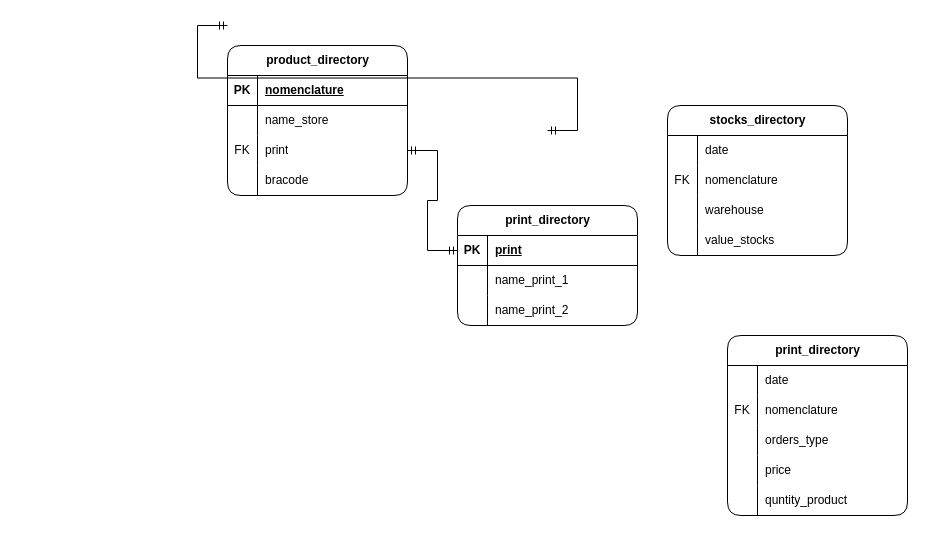
The draw.io diagram Инфологическая модель.drawio in roge111/Case_SQL, before the edit. Source tidied: cells renumbered, new cells numbered last; positions are measured from the earlier drawing's top-left corner, leaving out a move shared by most shapes. Both pictures are drawn from the tidied source at 100%, with x=0, y=0 at pixel (227, -40).
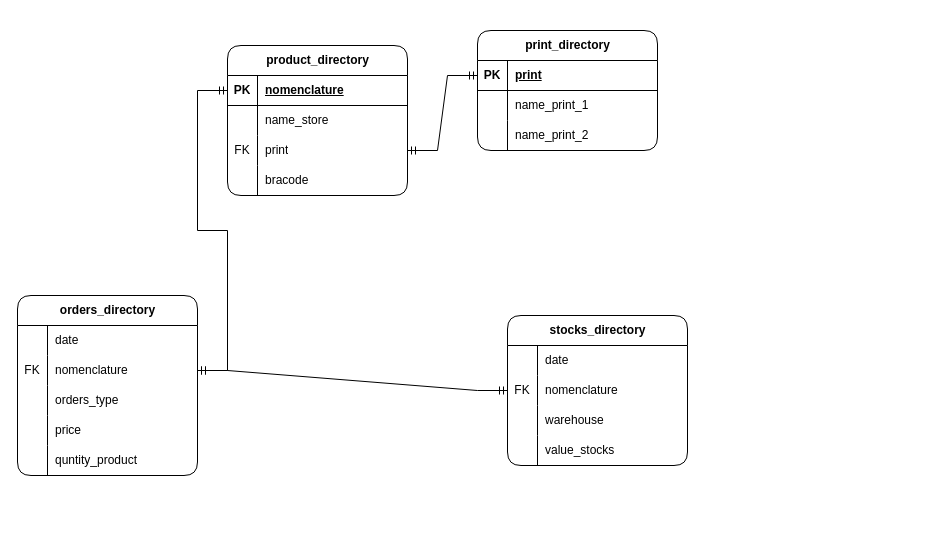
After the change.

The change refers to these unchanged cells:
```xml
<mxCell id="29" style="shape=tableRow;horizontal=0;startSize=0;swimlaneHead=0;swimlaneBody=0;fillColor=none;points=[[0,0.5],[1,0.5]];portConstraint=eastwest;top=0;left=0;right=0;bottom=0;" parent="25" vertex="1">
  <mxGeometry y="60" width="180" height="30" as="geometry" />
</mxCell>
<mxCell id="42" style="shape=tableRow;horizontal=0;startSize=0;swimlaneHead=0;swimlaneBody=0;fillColor=none;points=[[0,0.5],[1,0.5]];portConstraint=eastwest;top=0;left=0;right=0;bottom=0;" parent="38" vertex="1">
  <mxGeometry y="60" width="180" height="30" as="geometry" />
</mxCell>
<mxCell id="54" style="shape=tableRow;horizontal=0;startSize=0;swimlaneHead=0;swimlaneBody=0;fillColor=none;points=[[0,0.5],[1,0.5]];portConstraint=eastwest;top=0;left=0;right=0;bottom=1;" parent="1" vertex="1">
  <mxGeometry y="115" width="180" height="30" as="geometry" />
</mxCell>
```

What changed in the source:
```diff
@@
     <mxCell id="15" value="print_directory" style="shape=table;startSize=30;childLayout=tableLayout;rowLines=0;fontStyle=1;align=center;html=1;rounded=1;" parent="1" vertex="1">
-      <mxGeometry x="230" y="245" width="180" height="120" as="geometry" />
+      <mxGeometry x="250" y="70" width="180" height="120" as="geometry" />
     </mxCell>
@@
     <mxCell id="25" value="stocks_directory" style="shape=table;startSize=30;childLayout=tableLayout;rowLines=0;fontStyle=1;align=center;html=1;rounded=1;" parent="1" vertex="1">
-      <mxGeometry x="440" y="145" width="180" height="150" as="geometry" />
+      <mxGeometry x="280" y="355" width="180" height="150" as="geometry" />
     </mxCell>
@@
-    <mxCell id="38" value="print_directory" style="shape=table;startSize=30;childLayout=tableLayout;rowLines=0;fontStyle=1;align=center;html=1;rounded=1;" parent="1" vertex="1">
-      <mxGeometry x="500" y="375" width="180" height="180" as="geometry" />
+    <mxCell id="38" value="orders_directory" style="shape=table;startSize=30;childLayout=tableLayout;rowLines=0;fontStyle=1;align=center;html=1;rounded=1;" parent="1" vertex="1">
+      <mxGeometry x="-210" y="335" width="180" height="180" as="geometry" />
     </mxCell>
@@
-    <mxCell id="58" style="edgeStyle=entityRelationEdgeStyle;fontSize=12;html=1;endArrow=ERmandOne;startArrow=ERmandOne;rounded=0;entryX=0;entryY=0.5;entryDx=0;entryDy=0;exitX=0;exitY=0.5;exitDx=0;exitDy=0;" parent="1" edge="1">
-      <mxGeometry relative="1" as="geometry">
-        <mxPoint x="320" y="170" as="sourcePoint" />
-        <mxPoint y="65" as="targetPoint" />
-        <Array as="points">
-          <mxPoint x="170" />
-          <mxPoint x="180" />
-        </Array>
-      </mxGeometry>
-    </mxCell>
+    <mxCell id="59" style="edgeStyle=entityRelationEdgeStyle;fontSize=12;html=1;endArrow=ERmandOne;startArrow=ERmandOne;rounded=0;entryX=1;entryY=0.5;entryDx=0;entryDy=0;exitX=0;exitY=0.5;exitDx=0;exitDy=0;" parent="1" edge="1" source="54" target="42">
+      <mxGeometry relative="1" as="geometry">
+        <Array as="points">
+          <mxPoint x="150" y="315" />
+          <mxPoint x="-100" y="195" />
+          <mxPoint x="40" y="395" />
+        </Array>
+      </mxGeometry>
+    </mxCell>
+    <mxCell id="60" style="edgeStyle=entityRelationEdgeStyle;fontSize=12;html=1;endArrow=ERmandOne;startArrow=ERmandOne;rounded=0;exitX=1;exitY=0.5;exitDx=0;exitDy=0;entryX=0;entryY=0.5;entryDx=0;entryDy=0;" parent="1" edge="1" source="42" target="29">
+      <mxGeometry relative="1" as="geometry" />
+    </mxCell>
```
